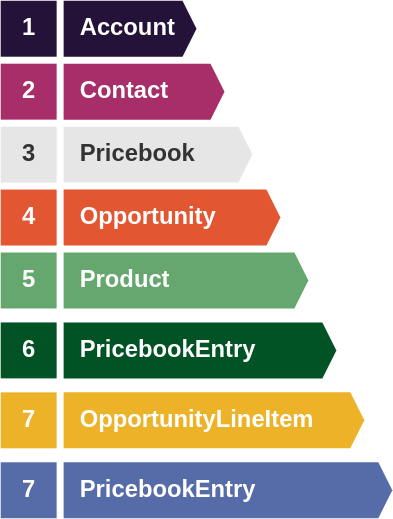
Earlier version of the draw.io export hwToolkit/resources/apexTestData-Relations-2.svg (hwconsult/hwconsult.github.io). Source tidied: cells renumbered, new cells last; positions are measured from the earlier drawing's top-left corner, leaving out a move shared by most shapes. The source it was exported from:
```xml
<mxGraphModel>
  <root>
    <mxCell id="0" />
    <mxCell id="1" parent="0" />
    <mxCell id="2" value="1" style="html=1;fillColor=#241238;strokeColor=none;shadow=0;fontSize=17;fontColor=#FFFFFF;align=center;fontStyle=1;rounded=0;" parent="1" vertex="1">
      <mxGeometry width="40" height="40" as="geometry" />
    </mxCell>
    <mxCell id="3" value="Account" style="shape=mxgraph.infographic.ribbonSimple;notch1=0;notch2=10;notch=0;html=1;fillColor=#241238;strokeColor=none;shadow=0;fontSize=17;fontColor=#FFFFFF;align=left;spacingLeft=10;fontStyle=1;" parent="1" vertex="1">
      <mxGeometry x="45" width="95" height="40" as="geometry" />
    </mxCell>
    <mxCell id="4" value="2" style="html=1;fillColor=#A72E68;strokeColor=none;shadow=0;fontSize=17;fontColor=#FFFFFF;align=center;fontStyle=1;rounded=0;" parent="1" vertex="1">
      <mxGeometry y="45" width="40" height="40" as="geometry" />
    </mxCell>
    <mxCell id="5" value="Contact" style="shape=mxgraph.infographic.ribbonSimple;notch1=0;notch2=10;notch=0;html=1;fillColor=#A72E68;strokeColor=none;shadow=0;fontSize=17;fontColor=#FFFFFF;align=left;spacingLeft=10;fontStyle=1;" parent="1" vertex="1">
      <mxGeometry x="45" y="45" width="115" height="40" as="geometry" />
    </mxCell>
    <mxCell id="6" value="3" style="html=1;fillColor=#E6E6E6;strokeColor=none;shadow=0;fontSize=17;fontColor=#333333;align=center;fontStyle=1;rounded=0;gradientColor=none;" parent="1" vertex="1">
      <mxGeometry y="90" width="40" height="40" as="geometry" />
    </mxCell>
    <mxCell id="7" value="Pricebook" style="shape=mxgraph.infographic.ribbonSimple;notch1=0;notch2=10;notch=0;html=1;fillColor=#E6E6E6;strokeColor=none;shadow=0;fontSize=17;fontColor=#333333;align=left;spacingLeft=10;fontStyle=1;gradientColor=none;" parent="1" vertex="1">
      <mxGeometry x="45" y="90" width="135" height="40" as="geometry" />
    </mxCell>
    <mxCell id="8" value="4" style="html=1;fillColor=#E25631;strokeColor=none;shadow=0;fontSize=17;fontColor=#FFFFFF;align=center;fontStyle=1;rounded=0;" parent="1" vertex="1">
      <mxGeometry y="135" width="40" height="40" as="geometry" />
    </mxCell>
    <mxCell id="9" value="Opportunity" style="shape=mxgraph.infographic.ribbonSimple;notch1=0;notch2=10;notch=0;html=1;fillColor=#E25631;strokeColor=none;shadow=0;fontSize=17;fontColor=#FFFFFF;align=left;spacingLeft=10;fontStyle=1;" parent="1" vertex="1">
      <mxGeometry x="45" y="135" width="155" height="40" as="geometry" />
    </mxCell>
    <mxCell id="10" value="5" style="html=1;fillColor=#65A76F;strokeColor=none;shadow=0;fontSize=17;fontColor=#FFFFFF;align=center;fontStyle=1;rounded=0;" parent="1" vertex="1">
      <mxGeometry y="180" width="40" height="40" as="geometry" />
    </mxCell>
    <mxCell id="11" value="Product" style="shape=mxgraph.infographic.ribbonSimple;notch1=0;notch2=10;notch=0;html=1;fillColor=#65A76F;strokeColor=none;shadow=0;fontSize=17;fontColor=#FFFFFF;align=left;spacingLeft=10;fontStyle=1;" parent="1" vertex="1">
      <mxGeometry x="45" y="180" width="175" height="40" as="geometry" />
    </mxCell>
    <mxCell id="12" value="6" style="html=1;fillColor=#015224;strokeColor=none;shadow=0;fontSize=17;fontColor=#FFFFFF;align=center;fontStyle=1;rounded=0;" parent="1" vertex="1">
      <mxGeometry y="230" width="40" height="40" as="geometry" />
    </mxCell>
    <mxCell id="13" value="PricebookEntry" style="shape=mxgraph.infographic.ribbonSimple;notch1=0;notch2=10;notch=0;html=1;fillColor=#015224;strokeColor=none;shadow=0;fontSize=17;fontColor=#FFFFFF;align=left;spacingLeft=10;fontStyle=1;" parent="1" vertex="1">
      <mxGeometry x="45" y="230" width="195" height="40" as="geometry" />
    </mxCell>
    <mxCell id="14" value="7" style="html=1;fillColor=#ECB328;strokeColor=none;shadow=0;fontSize=17;fontColor=#FFFFFF;align=center;fontStyle=1;rounded=0;" parent="1" vertex="1">
      <mxGeometry y="280" width="40" height="40" as="geometry" />
    </mxCell>
    <mxCell id="15" value="OpportunityLineItem" style="shape=mxgraph.infographic.ribbonSimple;notch1=0;notch2=10;notch=0;html=1;fillColor=#ECB328;strokeColor=none;shadow=0;fontSize=17;fontColor=#FFFFFF;align=left;spacingLeft=10;fontStyle=1;" parent="1" vertex="1">
      <mxGeometry x="45" y="280" width="215" height="40" as="geometry" />
    </mxCell>
    <mxCell id="16" value="7" style="html=1;fillColor=#566CA8;strokeColor=none;shadow=0;fontSize=17;fontColor=#FFFFFF;align=center;fontStyle=1;rounded=0;" parent="1" vertex="1">
      <mxGeometry y="330" width="40" height="40" as="geometry" />
    </mxCell>
    <mxCell id="17" value="PricebookEntry" style="shape=mxgraph.infographic.ribbonSimple;notch1=0;notch2=10;notch=0;html=1;fillColor=#566CA8;strokeColor=none;shadow=0;fontSize=17;fontColor=#FFFFFF;align=left;spacingLeft=10;fontStyle=1;" parent="1" vertex="1">
      <mxGeometry x="45" y="330" width="235" height="40" as="geometry" />
    </mxCell>
  </root>
</mxGraphModel>
```
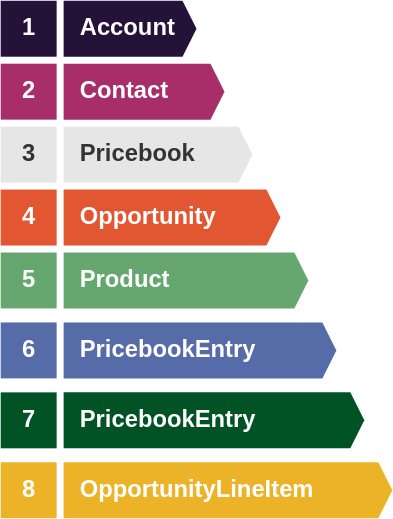
After the change.

The edit, as a diff of the source:
```diff
@@ -32,23 +32,23 @@
     <mxCell id="11" value="Product" style="shape=mxgraph.infographic.ribbonSimple;notch1=0;notch2=10;notch=0;html=1;fillColor=#65A76F;strokeColor=none;shadow=0;fontSize=17;fontColor=#FFFFFF;align=left;spacingLeft=10;fontStyle=1;" parent="1" vertex="1">
       <mxGeometry x="45" y="180" width="175" height="40" as="geometry" />
     </mxCell>
-    <mxCell id="12" value="6" style="html=1;fillColor=#015224;strokeColor=none;shadow=0;fontSize=17;fontColor=#FFFFFF;align=center;fontStyle=1;rounded=0;" parent="1" vertex="1">
-      <mxGeometry y="230" width="40" height="40" as="geometry" />
+    <mxCell id="12" value="7" style="html=1;fillColor=#015224;strokeColor=none;shadow=0;fontSize=17;fontColor=#FFFFFF;align=center;fontStyle=1;rounded=0;" parent="1" vertex="1">
+      <mxGeometry y="280" width="40" height="40" as="geometry" />
     </mxCell>
     <mxCell id="13" value="PricebookEntry" style="shape=mxgraph.infographic.ribbonSimple;notch1=0;notch2=10;notch=0;html=1;fillColor=#015224;strokeColor=none;shadow=0;fontSize=17;fontColor=#FFFFFF;align=left;spacingLeft=10;fontStyle=1;" parent="1" vertex="1">
-      <mxGeometry x="45" y="230" width="195" height="40" as="geometry" />
+      <mxGeometry x="45" y="280" width="215" height="40" as="geometry" />
     </mxCell>
-    <mxCell id="14" value="7" style="html=1;fillColor=#ECB328;strokeColor=none;shadow=0;fontSize=17;fontColor=#FFFFFF;align=center;fontStyle=1;rounded=0;" parent="1" vertex="1">
-      <mxGeometry y="280" width="40" height="40" as="geometry" />
+    <mxCell id="14" value="8" style="html=1;fillColor=#ECB328;strokeColor=none;shadow=0;fontSize=17;fontColor=#FFFFFF;align=center;fontStyle=1;rounded=0;" parent="1" vertex="1">
+      <mxGeometry y="330" width="40" height="40" as="geometry" />
     </mxCell>
     <mxCell id="15" value="OpportunityLineItem" style="shape=mxgraph.infographic.ribbonSimple;notch1=0;notch2=10;notch=0;html=1;fillColor=#ECB328;strokeColor=none;shadow=0;fontSize=17;fontColor=#FFFFFF;align=left;spacingLeft=10;fontStyle=1;" parent="1" vertex="1">
-      <mxGeometry x="45" y="280" width="215" height="40" as="geometry" />
+      <mxGeometry x="45" y="330" width="235" height="40" as="geometry" />
     </mxCell>
-    <mxCell id="16" value="7" style="html=1;fillColor=#566CA8;strokeColor=none;shadow=0;fontSize=17;fontColor=#FFFFFF;align=center;fontStyle=1;rounded=0;" parent="1" vertex="1">
-      <mxGeometry y="330" width="40" height="40" as="geometry" />
+    <mxCell id="16" value="6" style="html=1;fillColor=#566CA8;strokeColor=none;shadow=0;fontSize=17;fontColor=#FFFFFF;align=center;fontStyle=1;rounded=0;" parent="1" vertex="1">
+      <mxGeometry y="230" width="40" height="40" as="geometry" />
     </mxCell>
     <mxCell id="17" value="PricebookEntry" style="shape=mxgraph.infographic.ribbonSimple;notch1=0;notch2=10;notch=0;html=1;fillColor=#566CA8;strokeColor=none;shadow=0;fontSize=17;fontColor=#FFFFFF;align=left;spacingLeft=10;fontStyle=1;" parent="1" vertex="1">
-      <mxGeometry x="45" y="330" width="235" height="40" as="geometry" />
+      <mxGeometry x="45" y="230" width="195" height="40" as="geometry" />
     </mxCell>
   </root>
 </mxGraphModel>
```
